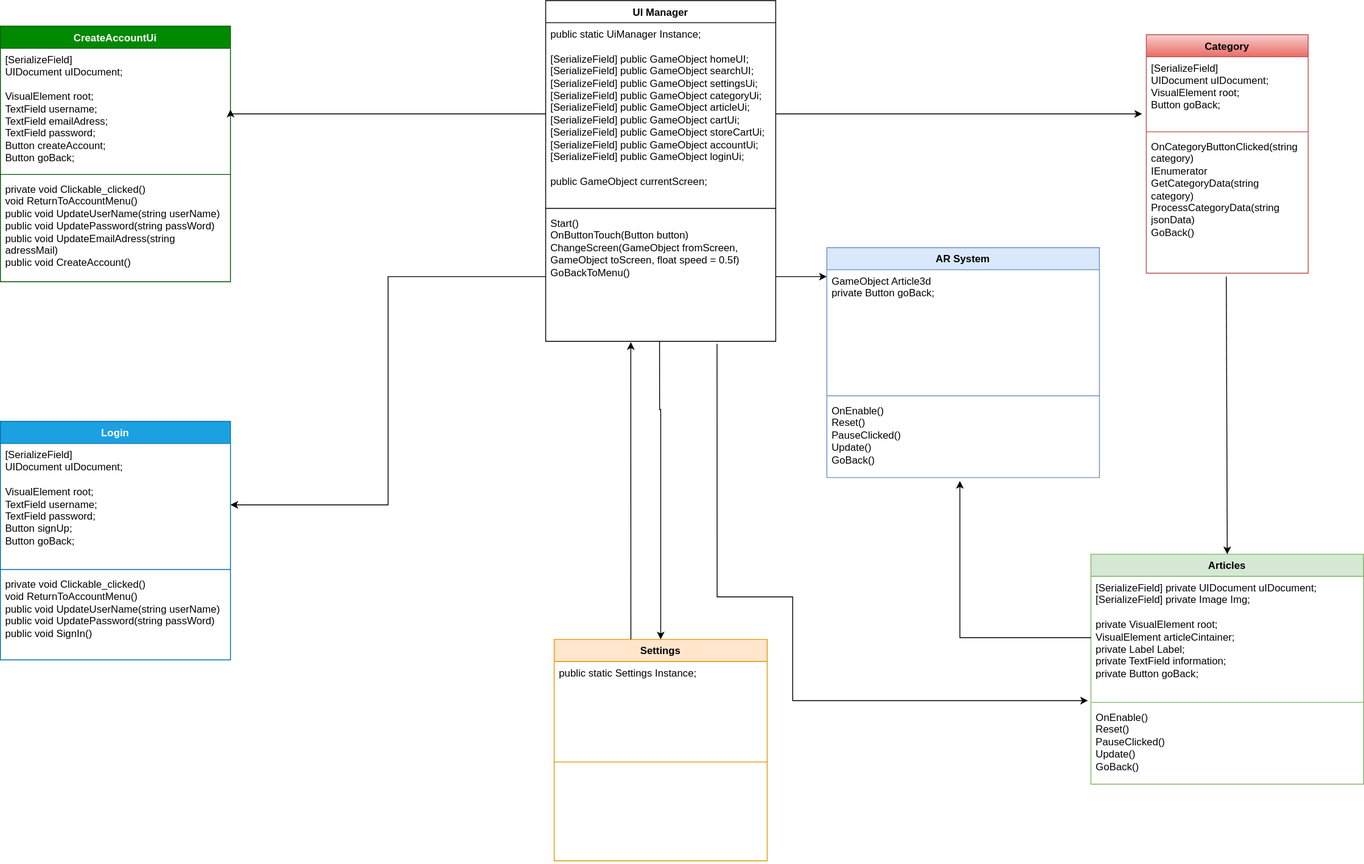
Above: DiagrammeClass.drawio.drawio.svg in Ashura100/Projet4 (draw.io), before the change. Source tidied: cells renumbered, new cells last; positions are measured from the earlier drawing's top-left corner, leaving out a move shared by most shapes.
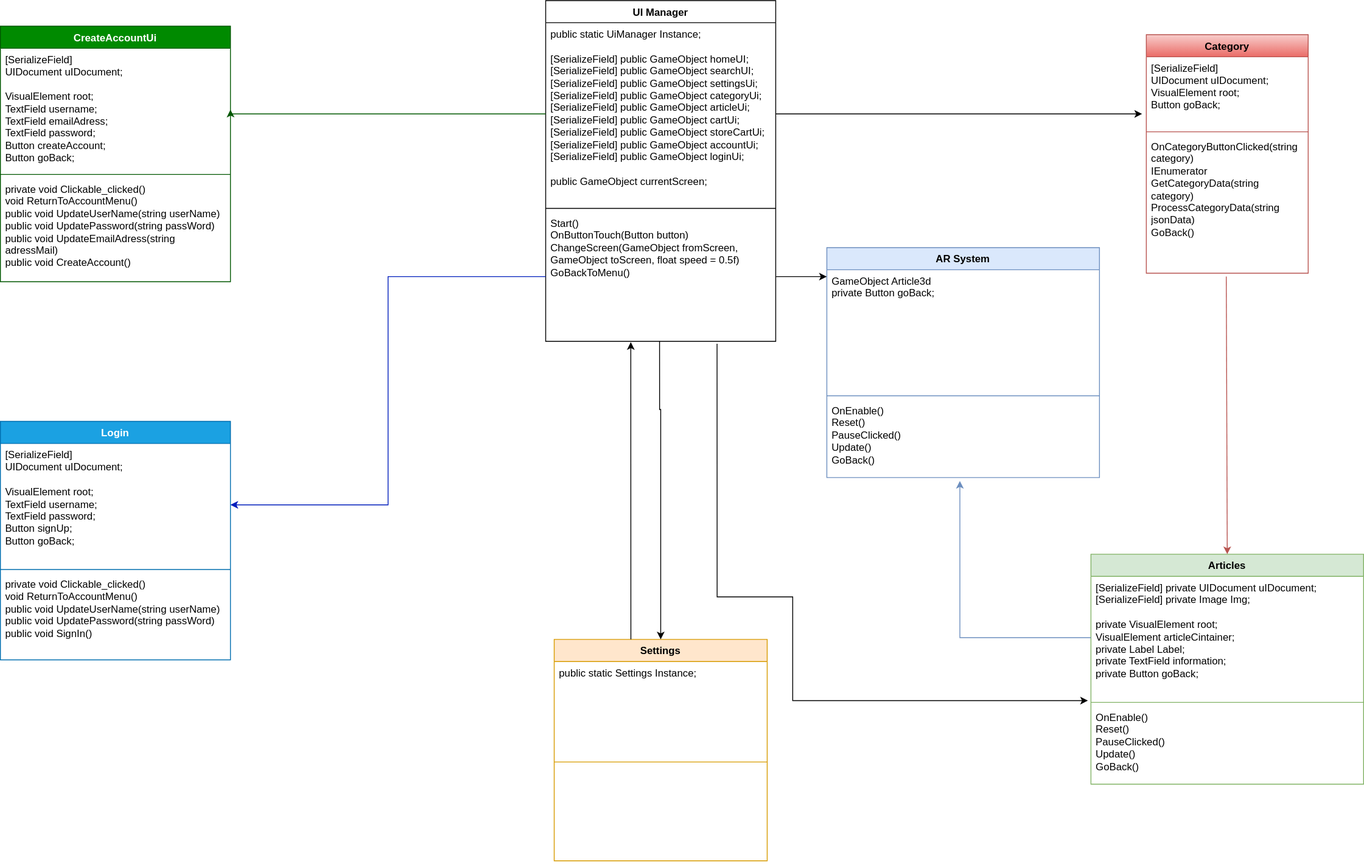
Later version of the same file.

Commit message:
Mettre à jour DiagrammeClass.drawio.drawio.svg

Change to the diagram source:
```diff
@@ -89,7 +89,7 @@
     <mxCell id="30" style="edgeStyle=orthogonalEdgeStyle;rounded=0;jettySize=auto;html=1;entryX=-0.026;entryY=0.798;entryDx=0;entryDy=0;entryPerimeter=0;" parent="1" edge="1" source="3" target="11">
       <mxGeometry relative="1" as="geometry" />
     </mxCell>
-    <mxCell id="31" style="edgeStyle=orthogonalEdgeStyle;rounded=0;jettySize=auto;html=1;entryX=1;entryY=0.5;entryDx=0;entryDy=0;" parent="1" edge="1" source="5" target="19">
+    <mxCell id="31" style="edgeStyle=orthogonalEdgeStyle;rounded=0;jettySize=auto;html=1;entryX=1;entryY=0.5;entryDx=0;entryDy=0;fillColor=#0050ef;strokeColor=#001DBC;" parent="1" edge="1" source="5" target="19">
       <mxGeometry relative="1" as="geometry" />
     </mxCell>
     <mxCell id="32" style="edgeStyle=orthogonalEdgeStyle;rounded=0;jettySize=auto;html=1;entryX=0;entryY=0.056;entryDx=0;entryDy=0;entryPerimeter=0;" parent="1" edge="1" source="5" target="27">
@@ -112,7 +112,7 @@
         </Array>
       </mxGeometry>
     </mxCell>
-    <mxCell id="35" style="edgeStyle=orthogonalEdgeStyle;rounded=0;jettySize=auto;html=1;entryX=0.5;entryY=0;entryDx=0;entryDy=0;exitX=0.494;exitY=1.025;exitDx=0;exitDy=0;exitPerimeter=0;" parent="1" edge="1" source="13" target="22">
+    <mxCell id="35" style="edgeStyle=orthogonalEdgeStyle;rounded=0;jettySize=auto;html=1;entryX=0.5;entryY=0;entryDx=0;entryDy=0;exitX=0.494;exitY=1.025;exitDx=0;exitDy=0;exitPerimeter=0;fillColor=#f8cecc;strokeColor=#b85450;" parent="1" edge="1" source="13" target="22">
       <mxGeometry relative="1" as="geometry">
         <Array as="points">
           <mxPoint x="1440" y="324" />
@@ -122,14 +122,14 @@
     <mxCell id="36" style="edgeStyle=orthogonalEdgeStyle;rounded=0;jettySize=auto;html=1;entryX=0.37;entryY=1.006;entryDx=0;entryDy=0;entryPerimeter=0;exitX=0.36;exitY=0;exitDx=0;exitDy=0;exitPerimeter=0;" parent="1" edge="1" source="6" target="5">
       <mxGeometry relative="1" as="geometry" />
     </mxCell>
-    <mxCell id="37" style="edgeStyle=orthogonalEdgeStyle;rounded=0;jettySize=auto;html=1;entryX=0.488;entryY=1.043;entryDx=0;entryDy=0;entryPerimeter=0;" parent="1" edge="1" source="23" target="29">
+    <mxCell id="37" style="edgeStyle=orthogonalEdgeStyle;rounded=0;jettySize=auto;html=1;entryX=0.488;entryY=1.043;entryDx=0;entryDy=0;entryPerimeter=0;fillColor=#dae8fc;strokeColor=#6c8ebf;" parent="1" edge="1" source="23" target="29">
       <mxGeometry relative="1" as="geometry">
         <Array as="points">
           <mxPoint x="1126" y="748" />
         </Array>
       </mxGeometry>
     </mxCell>
-    <mxCell id="38" style="edgeStyle=orthogonalEdgeStyle;rounded=0;jettySize=auto;html=1;entryX=1;entryY=0.5;entryDx=0;entryDy=0;" parent="1" edge="1" source="3" target="15">
+    <mxCell id="38" style="edgeStyle=orthogonalEdgeStyle;rounded=0;jettySize=auto;html=1;entryX=1;entryY=0.5;entryDx=0;entryDy=0;fillColor=#008a00;strokeColor=#005700;" parent="1" edge="1" source="3" target="15">
       <mxGeometry relative="1" as="geometry">
         <Array as="points">
           <mxPoint x="270" y="133" />
```
